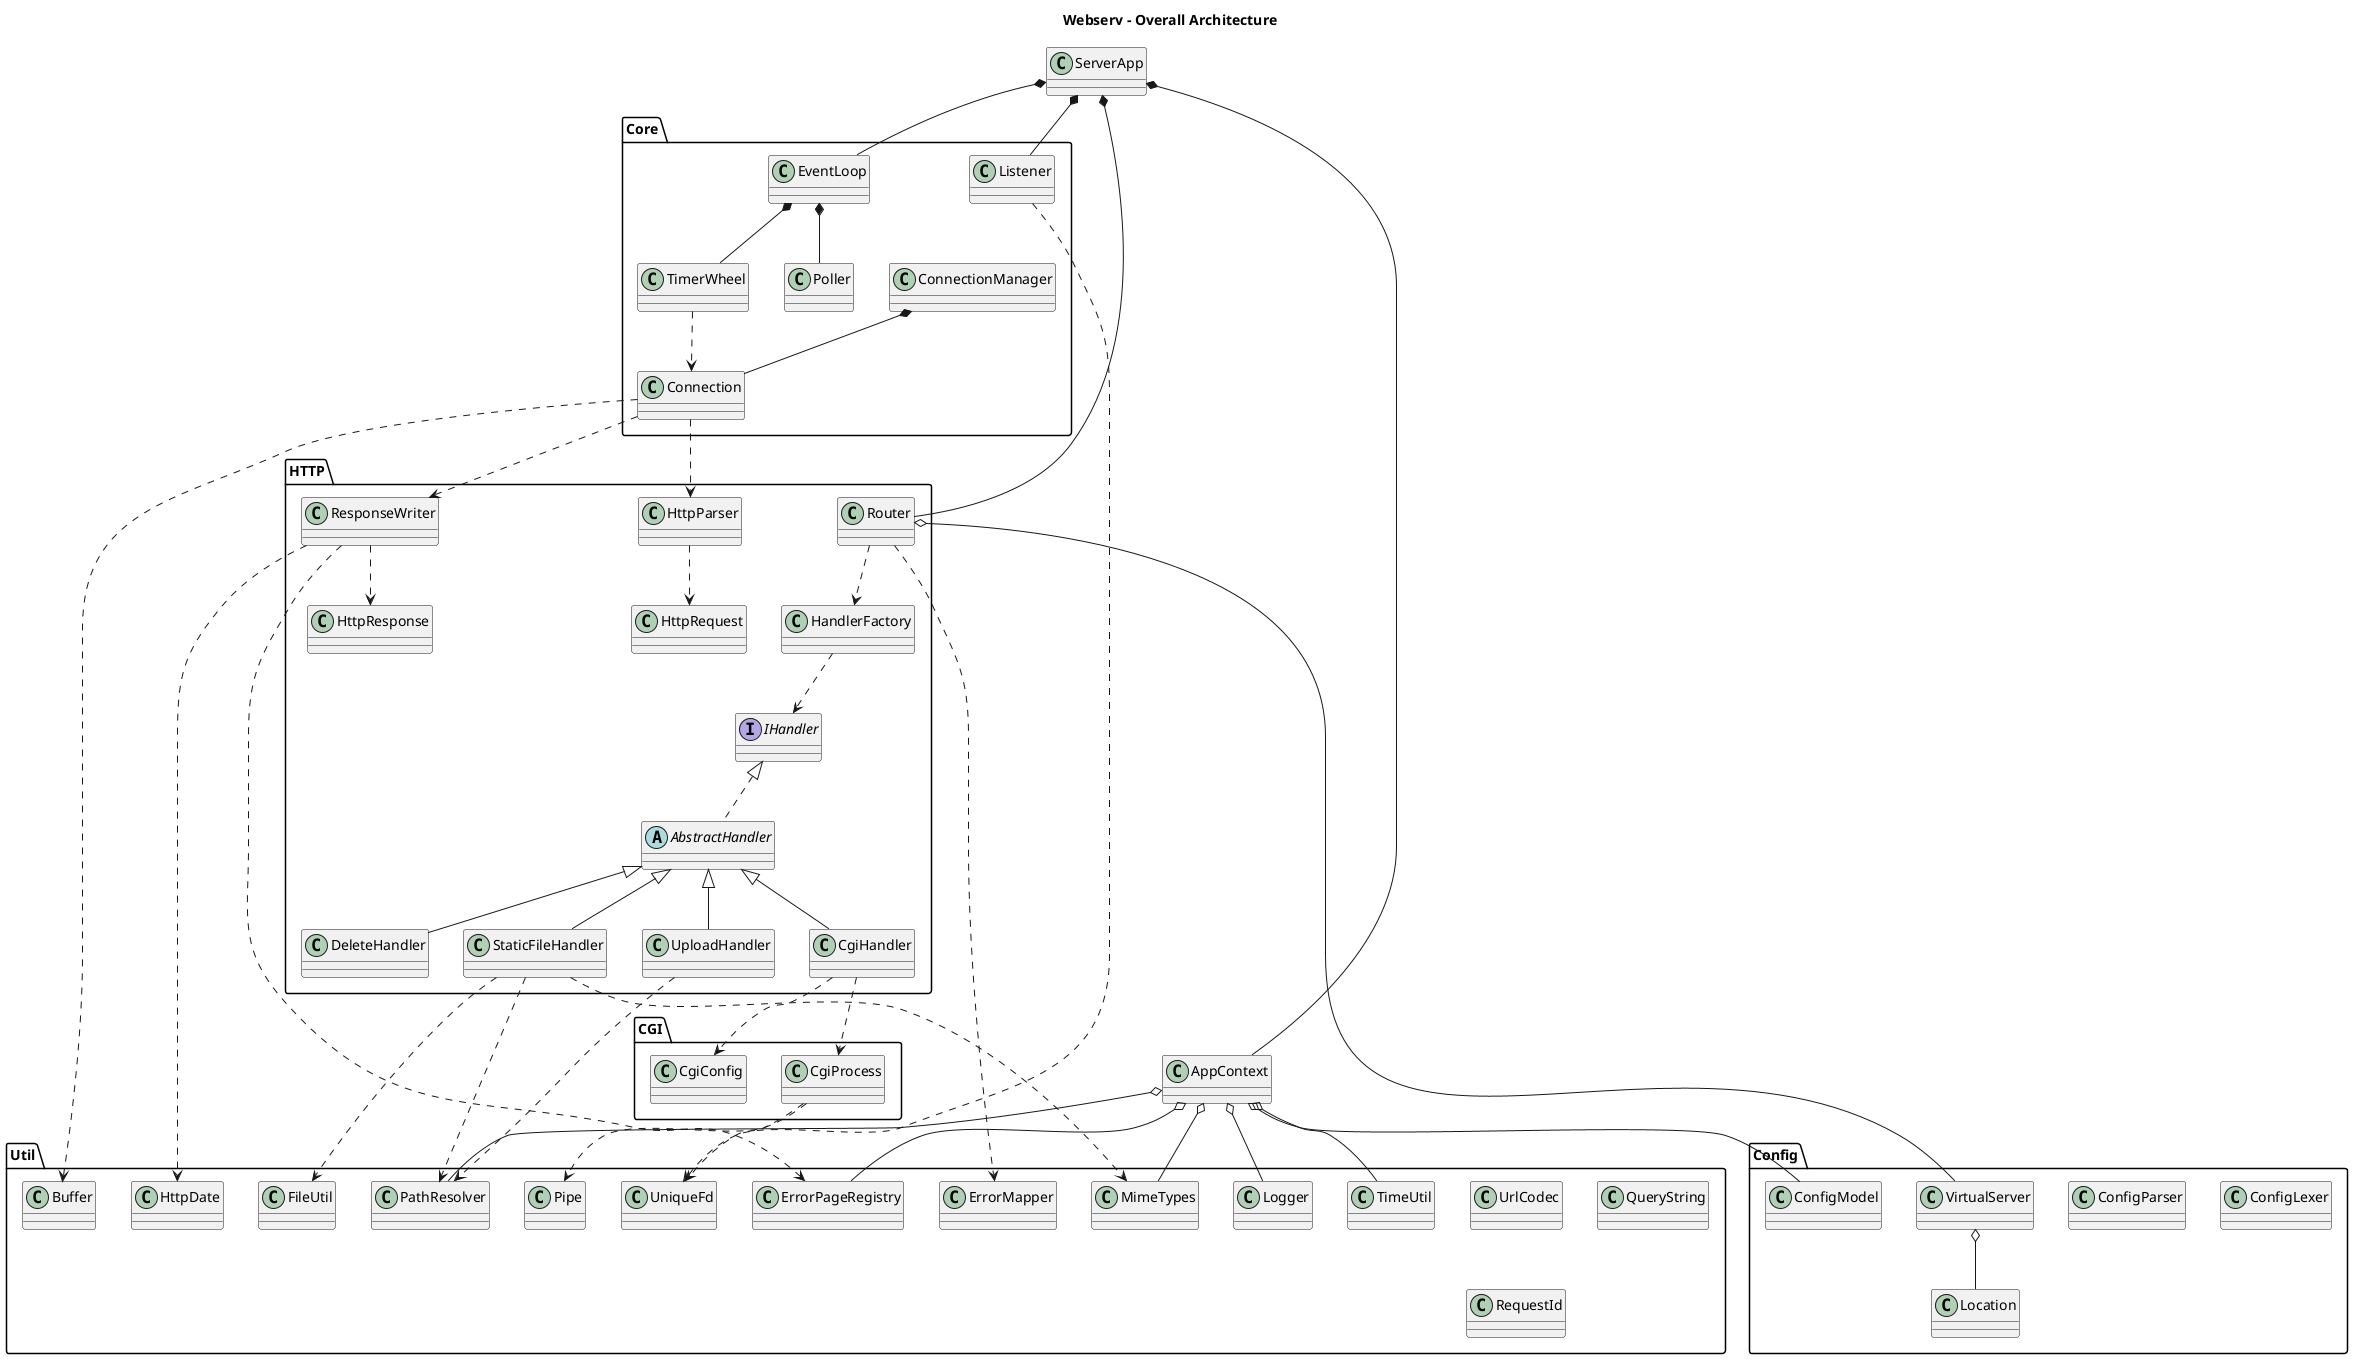
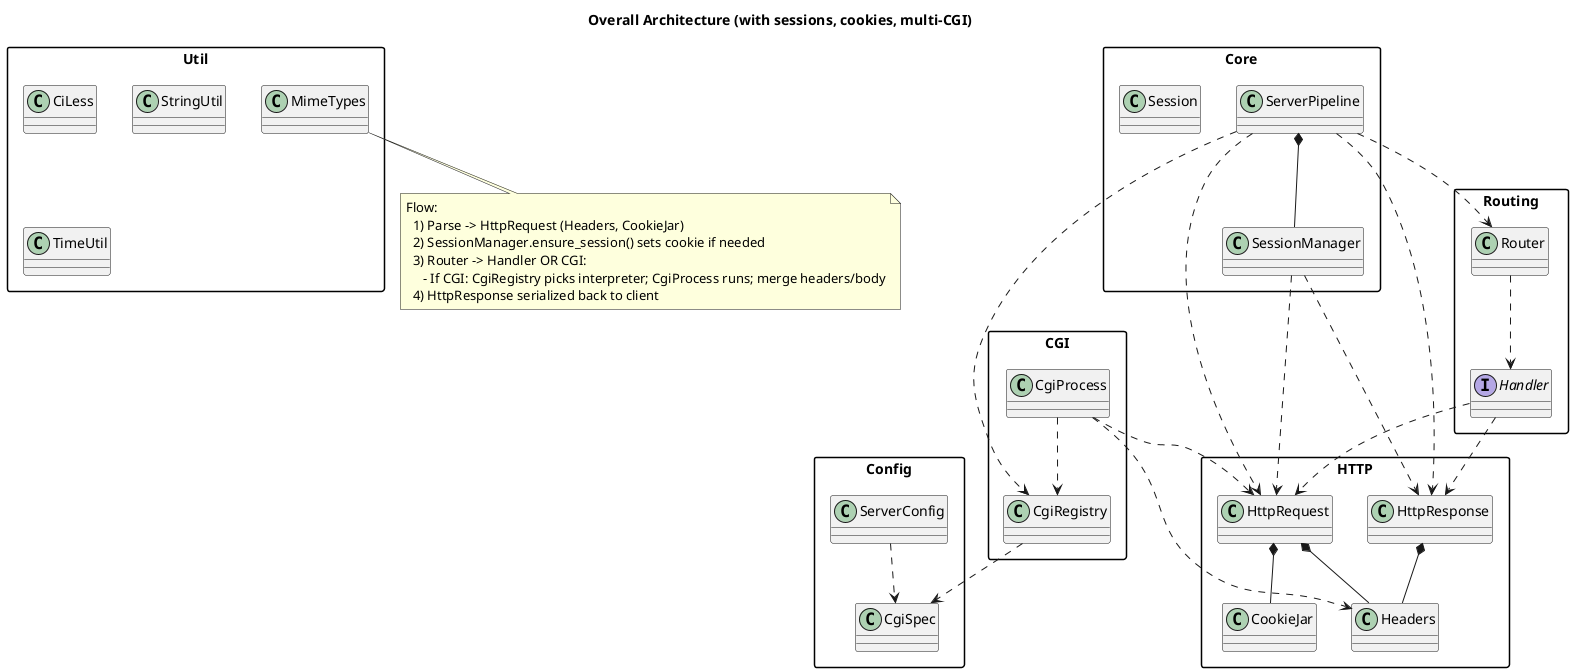
@startuml
- title Webserv – Overall Architecture
- skinparam classAttributeIconSize 0
- skinparam componentStyle uml2
+ skinparam packageStyle rectangle
+ title Overall Architecture (with sessions, cookies, multi-CGI)

- package Core {
-   class EventLoop
-   class Poller
-   class TimerWheel
-   class ConnectionManager
-   class Connection
-   class Listener
+ package "Config" {
+   class ServerConfig
+   class CgiSpec
}

- package HTTP {
-   interface IHandler
-   abstract class AbstractHandler
-   class StaticFileHandler
-   class UploadHandler
-   class DeleteHandler
-   class CgiHandler
-   class Router
-   class HandlerFactory
-   class HttpParser
+ package "HTTP" {
  class HttpRequest
  class HttpResponse
-   class ResponseWriter
+   class Headers
+   class CookieJar
}

- package Config {
-   class ConfigLexer
-   class ConfigParser
-   class ConfigModel
-   class VirtualServer
-   class Location
+ package "Core" {
+   class ServerPipeline
+   class SessionManager
+   class Session
}

- package CGI {
-   class CgiProcess
-   class CgiConfig
+ package "Routing" {
+   class Router
+   interface Handler
}

- package Util {
-   class Logger
-   class MimeTypes
-   class ErrorPageRegistry
-   class PathResolver
-   class FileUtil
-   class UrlCodec
-   class QueryString
-   class HttpDate
-   class UniqueFd
-   class Pipe
-   class Buffer
-   class ErrorMapper
-   class RequestId
-   class TimeUtil
+ package "CGI" {
+   class CgiRegistry
+   class CgiProcess
}

- class ServerApp
- class AppContext
+ package "Util" {
+   class CiLess
+   class StringUtil
+   class TimeUtil
+   class MimeTypes
+ }

- ' Composition / containment
- ServerApp *-- AppContext
- ServerApp *-- EventLoop
- ServerApp *-- Listener
- ServerApp *-- Router
+ ' Key relationships
+ ServerConfig ..> CgiSpec
+ ServerPipeline *-- SessionManager
+ ServerPipeline ..> Router
+ ServerPipeline ..> CgiRegistry
+ ServerPipeline ..> HttpRequest
+ ServerPipeline ..> HttpResponse

- AppContext o-- Logger
- AppContext o-- ConfigModel
- AppContext o-- MimeTypes
- AppContext o-- ErrorPageRegistry
- AppContext o-- PathResolver
- AppContext o-- TimeUtil
+ HttpRequest *-- Headers
+ HttpRequest *-- CookieJar
+ HttpResponse *-- Headers
+ SessionManager ..> HttpRequest
+ SessionManager ..> HttpResponse
+ Router ..> Handler
+ Handler ..> HttpRequest
+ Handler ..> HttpResponse
+ CgiRegistry ..> CgiSpec
+ CgiProcess ..> CgiRegistry
+ CgiProcess ..> HttpRequest
+ CgiProcess ..> Headers

- ConnectionManager *-- Connection
- EventLoop *-- Poller
- EventLoop *-- TimerWheel
- Router o-- VirtualServer
- VirtualServer o-- Location
- 
- ' Realization & inheritance
- IHandler <|.. AbstractHandler
- AbstractHandler <|-- StaticFileHandler
- AbstractHandler <|-- UploadHandler
- AbstractHandler <|-- DeleteHandler
- AbstractHandler <|-- CgiHandler
- 
- ' Dependencies
- Connection ..> HttpParser
- Connection ..> ResponseWriter
- ResponseWriter ..> HttpResponse
- HttpParser ..> HttpRequest
- Router ..> HandlerFactory
- HandlerFactory ..> IHandler
- StaticFileHandler ..> PathResolver
- StaticFileHandler ..> MimeTypes
- StaticFileHandler ..> FileUtil
- UploadHandler ..> PathResolver
- CgiHandler ..> CgiProcess
- CgiHandler ..> CgiConfig
- CgiProcess ..> UniqueFd
- CgiProcess ..> Pipe
- Connection ..> Buffer
- TimerWheel ..> Connection
- Router ..> ErrorMapper
- ResponseWriter ..> HttpDate
- ResponseWriter ..> ErrorPageRegistry
- Listener ..> UniqueFd
- 
+ note bottom
+ Flow:
+   1) Parse -> HttpRequest (Headers, CookieJar)
+   2) SessionManager.ensure_session() sets cookie if needed
+   3) Router -> Handler OR CGI:
+      - If CGI: CgiRegistry picks interpreter; CgiProcess runs; merge headers/body
+   4) HttpResponse serialized back to client
+ end note
@enduml
